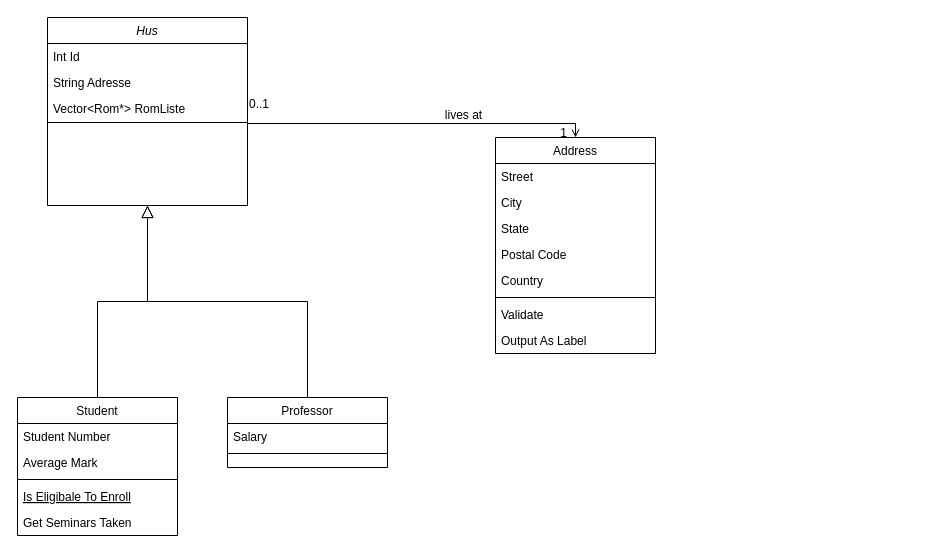
Above: SmartHus.drawio in andrenr2/SmartHus (draw.io), before the change. Source tidied: cells renumbered, new cells numbered last; positions are measured from the earlier drawing's top-left corner, leaving out a move shared by most shapes. Both pictures are drawn from the tidied source at 100%, with x=0, y=0 at pixel (17, 17).
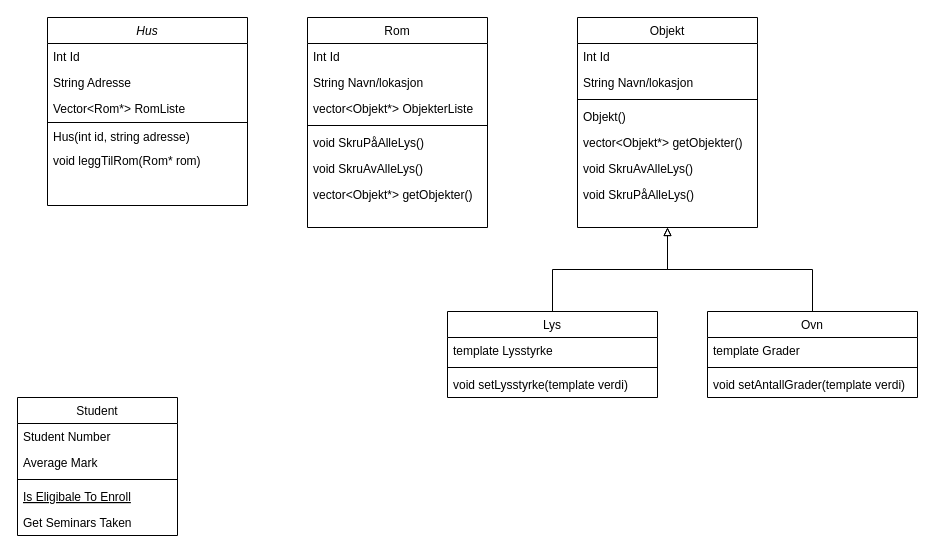
Above is the later version.

Unchanged cells that the change refers to:
```xml
<mxCell id="2" value="Hus" style="swimlane;fontStyle=2;align=center;verticalAlign=top;horizontal=1;startSize=26;rounded=0;shadow=0;strokeWidth=1;" parent="1" vertex="1">
  <mxGeometry x="30" width="200" height="188" as="geometry" />
</mxCell>
<mxCell id="5" value="Vector&lt;Rom*&gt; RomListe" style="text;align=left;verticalAlign=top;spacingLeft=4;spacingRight=4;overflow=hidden;points=[[0,0.5],[1,0.5]];portConstraint=eastwest;" parent="2" vertex="1">
  <mxGeometry y="78" width="200" height="26" as="geometry" />
</mxCell>
<mxCell id="7" value="Student" style="swimlane;fontStyle=0;align=center;verticalAlign=top;horizontal=1;startSize=26;rounded=0;shadow=0;strokeWidth=1;" parent="1" vertex="1">
  <mxGeometry y="380" width="160" height="138" as="geometry" />
</mxCell>
```

Change to the diagram source:
```diff
@@
+    <mxCell id="31" value="Hus(int id, string adresse)" style="text;align=left;verticalAlign=top;spacingLeft=4;spacingRight=4;overflow=hidden;" parent="2" vertex="1">
+      <mxGeometry y="106" width="200" height="24" as="geometry" />
+    </mxCell>
+    <mxCell id="32" value="void leggTilRom(Rom* rom)" style="text;align=left;verticalAlign=top;spacingLeft=4;spacingRight=4;overflow=hidden;" parent="2" vertex="1">
+      <mxGeometry y="130" width="200" height="24" as="geometry" />
+    </mxCell>
@@
-    <mxCell id="13" style="endArrow=block;endSize=10;endFill=0;shadow=0;strokeWidth=1;rounded=0;edgeStyle=elbowEdgeStyle;elbow=vertical;" parent="1" edge="1" source="7" target="2">
-      <mxGeometry relative="1" as="geometry" />
-    </mxCell>
+    <mxCell id="33" style="edgeStyle=orthogonalEdgeStyle;rounded=0;jettySize=auto;html=1;exitX=0.5;exitY=0;exitDx=0;exitDy=0;entryX=0.5;entryY=1;entryDx=0;entryDy=0;endArrow=block;endFill=0;" parent="1" edge="1" source="14" target="37">
+      <mxGeometry relative="1" as="geometry" />
+    </mxCell>
-    <mxCell id="14" value="Professor" style="swimlane;fontStyle=0;align=center;verticalAlign=top;horizontal=1;startSize=26;rounded=0;shadow=0;strokeWidth=1;" parent="1" vertex="1">
-      <mxGeometry x="210" y="380" width="160" height="70" as="geometry" />
+    <mxCell id="14" value="Lys" style="swimlane;fontStyle=0;align=center;verticalAlign=top;horizontal=1;startSize=26;rounded=0;shadow=0;strokeWidth=1;" parent="1" vertex="1">
+      <mxGeometry x="430" y="294" width="210" height="86" as="geometry" />
     </mxCell>
-    <mxCell id="15" value="Salary" style="text;align=left;verticalAlign=top;spacingLeft=4;spacingRight=4;overflow=hidden;" parent="14" vertex="1">
-      <mxGeometry y="26" width="160" height="26" as="geometry" />
+    <mxCell id="15" value="template Lysstyrke" style="text;align=left;verticalAlign=top;spacingLeft=4;spacingRight=4;overflow=hidden;" parent="14" vertex="1">
+      <mxGeometry y="26" width="210" height="26" as="geometry" />
     </mxCell>
     <mxCell id="16" style="line;html=1;strokeWidth=1;align=left;verticalAlign=middle;spacingTop=-1;spacingLeft=3;spacingRight=3;labelPosition=right;" parent="14" vertex="1">
-      <mxGeometry y="52" width="160" height="8" as="geometry" />
+      <mxGeometry y="52" width="210" height="8" as="geometry" />
     </mxCell>
-    <mxCell id="17" style="endArrow=block;endSize=10;endFill=0;shadow=0;strokeWidth=1;rounded=0;edgeStyle=elbowEdgeStyle;elbow=vertical;" parent="1" edge="1" source="14" target="2">
-      <mxGeometry relative="1" as="geometry" />
-    </mxCell>
+    <mxCell id="34" value="void setLysstyrke(template verdi)" style="text;align=left;verticalAlign=top;spacingLeft=4;spacingRight=4;overflow=hidden;" parent="14" vertex="1">
+      <mxGeometry y="60" width="210" height="26" as="geometry" />
+    </mxCell>
-    <mxCell id="18" value="Address" style="swimlane;fontStyle=0;align=center;verticalAlign=top;horizontal=1;startSize=26;rounded=0;shadow=0;strokeWidth=1;" parent="1" vertex="1">
-      <mxGeometry x="478" y="120" width="160" height="216" as="geometry" />
+    <mxCell id="18" value="Rom" style="swimlane;fontStyle=0;align=center;verticalAlign=top;horizontal=1;startSize=26;rounded=0;shadow=0;strokeWidth=1;" parent="1" vertex="1">
+      <mxGeometry x="290" width="180" height="210" as="geometry" />
     </mxCell>
-    <mxCell id="19" value="Street" style="text;align=left;verticalAlign=top;spacingLeft=4;spacingRight=4;overflow=hidden;" parent="18" vertex="1">
-      <mxGeometry y="26" width="160" height="26" as="geometry" />
+    <mxCell id="19" value="Int Id" style="text;align=left;verticalAlign=top;spacingLeft=4;spacingRight=4;overflow=hidden;" parent="18" vertex="1">
+      <mxGeometry y="26" width="180" height="26" as="geometry" />
     </mxCell>
-    <mxCell id="20" value="City" style="text;align=left;verticalAlign=top;spacingLeft=4;spacingRight=4;overflow=hidden;rounded=0;shadow=0;html=0;" parent="18" vertex="1">
-      <mxGeometry y="52" width="160" height="26" as="geometry" />
+    <mxCell id="20" value="String Navn/lokasjon" style="text;align=left;verticalAlign=top;spacingLeft=4;spacingRight=4;overflow=hidden;rounded=0;shadow=0;html=0;" parent="18" vertex="1">
+      <mxGeometry y="52" width="180" height="26" as="geometry" />
     </mxCell>
-    <mxCell id="21" value="State" style="text;align=left;verticalAlign=top;spacingLeft=4;spacingRight=4;overflow=hidden;rounded=0;shadow=0;html=0;" parent="18" vertex="1">
-      <mxGeometry y="78" width="160" height="26" as="geometry" />
-    </mxCell>
-    <mxCell id="22" value="Postal Code" style="text;align=left;verticalAlign=top;spacingLeft=4;spacingRight=4;overflow=hidden;rounded=0;shadow=0;html=0;" parent="18" vertex="1">
-      <mxGeometry y="104" width="160" height="26" as="geometry" />
-    </mxCell>
-    <mxCell id="23" value="Country" style="text;align=left;verticalAlign=top;spacingLeft=4;spacingRight=4;overflow=hidden;rounded=0;shadow=0;html=0;" parent="18" vertex="1">
-      <mxGeometry y="130" width="160" height="26" as="geometry" />
-    </mxCell>
+    <mxCell id="35" value="vector&lt;Objekt*&gt; ObjekterListe" style="text;align=left;verticalAlign=top;spacingLeft=4;spacingRight=4;overflow=hidden;rounded=0;shadow=0;html=0;" parent="18" vertex="1">
+      <mxGeometry y="78" width="180" height="26" as="geometry" />
+    </mxCell>
     <mxCell id="24" style="line;html=1;strokeWidth=1;align=left;verticalAlign=middle;spacingTop=-1;spacingLeft=3;spacingRight=3;labelPosition=right;" parent="18" vertex="1">
-      <mxGeometry y="156" width="160" height="8" as="geometry" />
+      <mxGeometry y="104" width="180" height="8" as="geometry" />
     </mxCell>
-    <mxCell id="25" value="Validate" style="text;align=left;verticalAlign=top;spacingLeft=4;spacingRight=4;overflow=hidden;" parent="18" vertex="1">
-      <mxGeometry y="164" width="160" height="26" as="geometry" />
+    <mxCell id="25" value="void SkruPåAlleLys()" style="text;align=left;verticalAlign=top;spacingLeft=4;spacingRight=4;overflow=hidden;" parent="18" vertex="1">
+      <mxGeometry y="112" width="180" height="26" as="geometry" />
     </mxCell>
-    <mxCell id="26" value="Output As Label" style="text;align=left;verticalAlign=top;spacingLeft=4;spacingRight=4;overflow=hidden;" parent="18" vertex="1">
-      <mxGeometry y="190" width="160" height="26" as="geometry" />
+    <mxCell id="26" value="void SkruAvAlleLys()" style="text;align=left;verticalAlign=top;spacingLeft=4;spacingRight=4;overflow=hidden;" parent="18" vertex="1">
+      <mxGeometry y="138" width="180" height="26" as="geometry" />
     </mxCell>
-    <mxCell id="27" style="endArrow=open;shadow=0;strokeWidth=1;rounded=0;endFill=1;edgeStyle=elbowEdgeStyle;elbow=vertical;exitX=1;exitY=0.5;exitDx=0;exitDy=0;" parent="1" edge="1" source="5" target="18">
-      <mxGeometry x="0.5" y="41" relative="1" as="geometry">
-        <mxPoint x="-40" y="32" as="offset" />
-      </mxGeometry>
-    </mxCell>
-    <mxCell id="28" value="0..1" style="align=left;verticalAlign=bottom;labelBackgroundColor=none;fontSize=12;" parent="27" vertex="1">
-      <mxGeometry x="-1" relative="1" as="geometry">
-        <mxPoint y="4" as="offset" />
-      </mxGeometry>
-    </mxCell>
-    <mxCell id="29" value="1" style="align=right;verticalAlign=bottom;labelBackgroundColor=none;fontSize=12;" parent="27" vertex="1">
-      <mxGeometry x="1" relative="1" as="geometry">
-        <mxPoint x="-7" y="4" as="offset" />
-      </mxGeometry>
-    </mxCell>
-    <mxCell id="30" value="lives at" style="text;html=1;align=center;verticalAlign=middle;labelBackgroundColor=none;rounded=0;shadow=0;strokeWidth=1;fontSize=12;" parent="27" vertex="1">
-      <mxGeometry x="0.5" y="49" relative="1" as="geometry">
-        <mxPoint x="-38" y="40" as="offset" />
-      </mxGeometry>
-    </mxCell>
+    <mxCell id="36" value="vector&lt;Objekt*&gt; getObjekter()" style="text;align=left;verticalAlign=top;spacingLeft=4;spacingRight=4;overflow=hidden;" parent="18" vertex="1">
+      <mxGeometry y="164" width="180" height="26" as="geometry" />
+    </mxCell>
+    <mxCell id="37" value="Objekt" style="swimlane;fontStyle=0;align=center;verticalAlign=top;horizontal=1;startSize=26;rounded=0;shadow=0;strokeWidth=1;" parent="1" vertex="1">
+      <mxGeometry x="560" width="180" height="210" as="geometry" />
+    </mxCell>
+    <mxCell id="38" value="Int Id" style="text;align=left;verticalAlign=top;spacingLeft=4;spacingRight=4;overflow=hidden;" parent="37" vertex="1">
+      <mxGeometry y="26" width="180" height="26" as="geometry" />
+    </mxCell>
+    <mxCell id="39" value="String Navn/lokasjon" style="text;align=left;verticalAlign=top;spacingLeft=4;spacingRight=4;overflow=hidden;rounded=0;shadow=0;html=0;" parent="37" vertex="1">
+      <mxGeometry y="52" width="180" height="26" as="geometry" />
+    </mxCell>
+    <mxCell id="40" style="line;html=1;strokeWidth=1;align=left;verticalAlign=middle;spacingTop=-1;spacingLeft=3;spacingRight=3;labelPosition=right;" parent="37" vertex="1">
+      <mxGeometry y="78" width="180" height="8" as="geometry" />
+    </mxCell>
+    <mxCell id="41" value="Objekt()" style="text;align=left;verticalAlign=top;spacingLeft=4;spacingRight=4;overflow=hidden;" parent="37" vertex="1">
+      <mxGeometry y="86" width="180" height="26" as="geometry" />
+    </mxCell>
+    <mxCell id="42" value="vector&lt;Objekt*&gt; getObjekter()" style="text;align=left;verticalAlign=top;spacingLeft=4;spacingRight=4;overflow=hidden;" parent="37" vertex="1">
+      <mxGeometry y="112" width="180" height="26" as="geometry" />
+    </mxCell>
+    <mxCell id="43" value="void SkruAvAlleLys()" style="text;align=left;verticalAlign=top;spacingLeft=4;spacingRight=4;overflow=hidden;" parent="37" vertex="1">
+      <mxGeometry y="138" width="180" height="26" as="geometry" />
+    </mxCell>
+    <mxCell id="44" value="void SkruPåAlleLys()" style="text;align=left;verticalAlign=top;spacingLeft=4;spacingRight=4;overflow=hidden;" parent="37" vertex="1">
+      <mxGeometry y="164" width="180" height="26" as="geometry" />
+    </mxCell>
+    <mxCell id="45" style="edgeStyle=orthogonalEdgeStyle;rounded=0;jettySize=auto;html=1;exitX=0.5;exitY=0;exitDx=0;exitDy=0;entryX=0.5;entryY=1;entryDx=0;entryDy=0;endArrow=block;endFill=0;" parent="1" edge="1" source="46" target="37">
+      <mxGeometry relative="1" as="geometry" />
+    </mxCell>
+    <mxCell id="46" value="Ovn" style="swimlane;fontStyle=0;align=center;verticalAlign=top;horizontal=1;startSize=26;rounded=0;shadow=0;strokeWidth=1;" parent="1" vertex="1">
+      <mxGeometry x="690" y="294" width="210" height="86" as="geometry" />
+    </mxCell>
+    <mxCell id="47" value="template Grader" style="text;align=left;verticalAlign=top;spacingLeft=4;spacingRight=4;overflow=hidden;" parent="46" vertex="1">
+      <mxGeometry y="26" width="210" height="26" as="geometry" />
+    </mxCell>
+    <mxCell id="48" style="line;html=1;strokeWidth=1;align=left;verticalAlign=middle;spacingTop=-1;spacingLeft=3;spacingRight=3;labelPosition=right;" parent="46" vertex="1">
+      <mxGeometry y="52" width="210" height="8" as="geometry" />
+    </mxCell>
+    <mxCell id="49" value="void setAntallGrader(template verdi)" style="text;align=left;verticalAlign=top;spacingLeft=4;spacingRight=4;overflow=hidden;" parent="46" vertex="1">
+      <mxGeometry y="60" width="210" height="26" as="geometry" />
+    </mxCell>
```
